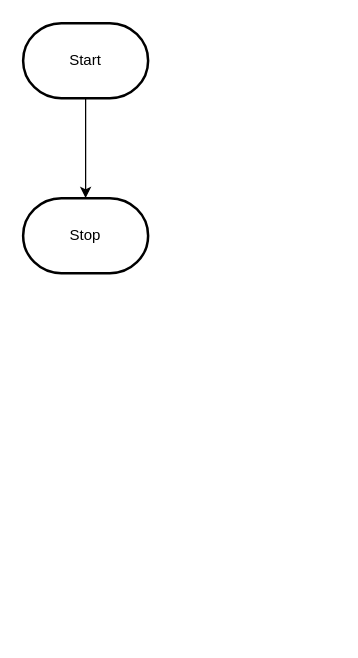
Adam-Batiuk/ICD2O-Unit-5-06-Adam-Batiuk keeps this draw.io diagram as design/flowchart.drawio. Above is the earlier version. Source tidied: cells renumbered, new cells numbered last; positions are measured from the earlier drawing's top-left corner, leaving out a move shared by most shapes. Both pictures are drawn from the tidied source at 125%, with x=0, y=0 at pixel (22, 22).
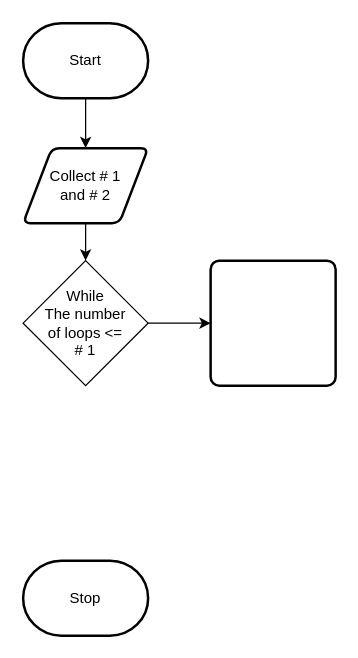
The same diagram, later.

The edit, as a diff of the source:
```diff
@@
 <mxGraphModel>
   <root>
     <mxCell id="0" />
     <mxCell id="1" parent="0" />
-    <mxCell id="2" style="edgeStyle=orthogonalEdgeStyle;html=1;rounded=0;" parent="1" edge="1" source="3" target="4">
-      <mxGeometry relative="1" as="geometry" />
-    </mxCell>
+    <mxCell id="5" style="edgeStyle=none;html=1;" parent="1" edge="1" source="3" target="7">
+      <mxGeometry relative="1" as="geometry">
+        <Array as="points">
+          <mxPoint x="50" y="100" />
+        </Array>
+      </mxGeometry>
+    </mxCell>
     <mxCell id="3" value="Start" style="strokeWidth=2;html=1;shape=mxgraph.flowchart.terminator;whiteSpace=wrap;" parent="1" vertex="1">
       <mxGeometry width="100" height="60" as="geometry" />
     </mxCell>
     <mxCell id="4" value="Stop" style="strokeWidth=2;html=1;shape=mxgraph.flowchart.terminator;whiteSpace=wrap;" parent="1" vertex="1">
-      <mxGeometry y="140" width="100" height="60" as="geometry" />
+      <mxGeometry y="430" width="100" height="60" as="geometry" />
     </mxCell>
+    <mxCell id="6" style="edgeStyle=none;html=1;" parent="1" edge="1" source="7" target="9">
+      <mxGeometry relative="1" as="geometry" />
+    </mxCell>
+    <mxCell id="7" value="Collect # 1&lt;br&gt;and # 2" style="shape=parallelogram;html=1;strokeWidth=2;perimeter=parallelogramPerimeter;whiteSpace=wrap;rounded=1;arcSize=12;size=0.23;" parent="1" vertex="1">
+      <mxGeometry y="100" width="100" height="60" as="geometry" />
+    </mxCell>
+    <mxCell id="8" style="edgeStyle=none;html=1;" parent="1" edge="1" source="9" target="10">
+      <mxGeometry relative="1" as="geometry" />
+    </mxCell>
+    <mxCell id="9" value="While&lt;br&gt;The number&lt;br&gt;of loops &amp;lt;=&lt;br&gt;# 1" style="rhombus;whiteSpace=wrap;html=1;" parent="1" vertex="1">
+      <mxGeometry y="190" width="100" height="100" as="geometry" />
+    </mxCell>
+    <mxCell id="10" style="rounded=1;whiteSpace=wrap;html=1;absoluteArcSize=1;arcSize=14;strokeWidth=2;" parent="1" vertex="1">
+      <mxGeometry x="150" y="190" width="100" height="100" as="geometry" />
+    </mxCell>
   </root>
 </mxGraphModel>
```
